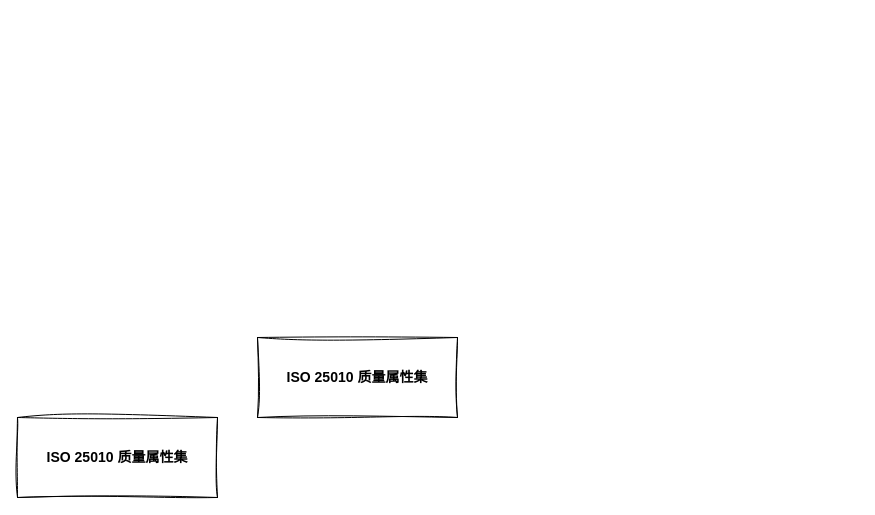
Above: page "202504301637" (3 of 4) of archive/202503141905.drawio in deathknight0718/foliage-note (draw.io), before the change. Source tidied: cells renumbered, new cells numbered last; positions are measured from the earlier drawing's top-left corner, leaving out a move shared by most shapes. Both pictures are drawn from the tidied source at 100%, with x=0, y=0 at pixel (17, 337).
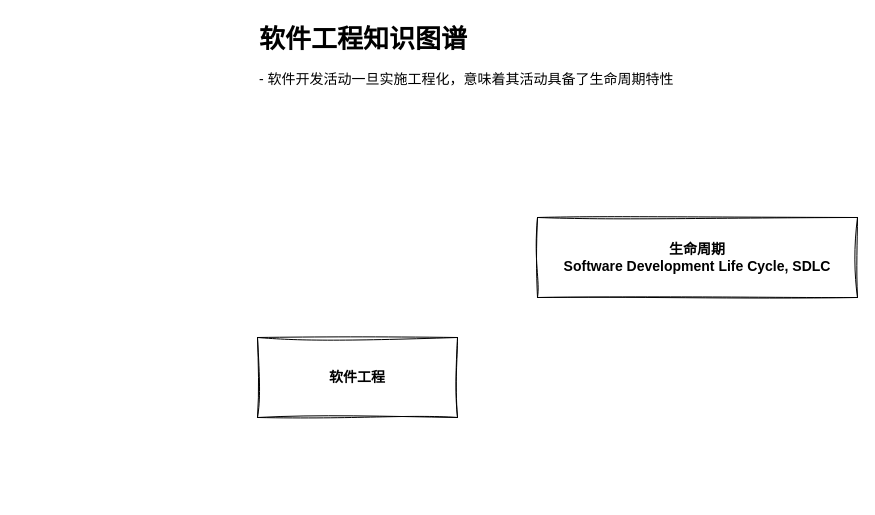
Above is the later version.

Diff of the diagram source:
```diff
@@
 <mxGraphModel>
   <root>
     <mxCell id="0" />
     <mxCell id="1" parent="0" />
-    <mxCell id="2" value="ISO 25010 质量属性集" style="rounded=0;whiteSpace=wrap;html=1;sketch=1;hachureGap=4;jiggle=2;curveFitting=1;fontFamily=Yozai;fontStyle=1;fontSize=14;" parent="1" vertex="1">
-      <mxGeometry y="80" width="200" height="80" as="geometry" />
-    </mxCell>
-    <mxCell id="3" value="ISO 25010 质量属性集" style="rounded=0;whiteSpace=wrap;html=1;sketch=1;hachureGap=4;jiggle=2;curveFitting=1;fontFamily=Yozai;fontStyle=1;fontSize=14;" parent="1" vertex="1">
+    <mxCell id="3" value="软件工程" style="rounded=0;whiteSpace=wrap;html=1;sketch=1;hachureGap=4;jiggle=2;curveFitting=1;fontFamily=Yozai;fontStyle=1;fontSize=14;" parent="1" vertex="1">
       <mxGeometry x="240" width="200" height="80" as="geometry" />
     </mxCell>
+    <mxCell id="4" value="&lt;h1 style=&quot;margin-top: 0px;&quot;&gt;&lt;font style=&quot;font-size: 26px;&quot;&gt;软件工程知识图谱&lt;/font&gt;&lt;/h1&gt;&lt;p&gt;&lt;font style=&quot;font-size: 14px;&quot;&gt;- 软件开发活动一旦实施工程化，意味着其活动具备了生命周期特性&lt;/font&gt;&lt;/p&gt;" style="text;html=1;whiteSpace=wrap;overflow=hidden;rounded=0;fontFamily=Yozai;" parent="1" vertex="1">
+      <mxGeometry x="240" y="-320" width="600" height="120" as="geometry" />
+    </mxCell>
+    <mxCell id="5" value="生命周期&lt;div&gt;Software Development Life Cycle, SDLC&lt;br&gt;&lt;/div&gt;" style="rounded=0;whiteSpace=wrap;html=1;sketch=1;hachureGap=4;jiggle=2;curveFitting=1;fontFamily=Yozai;fontStyle=1;fontSize=14;" parent="1" vertex="1">
+      <mxGeometry x="520" y="-120" width="320" height="80" as="geometry" />
+    </mxCell>
   </root>
 </mxGraphModel>
```
